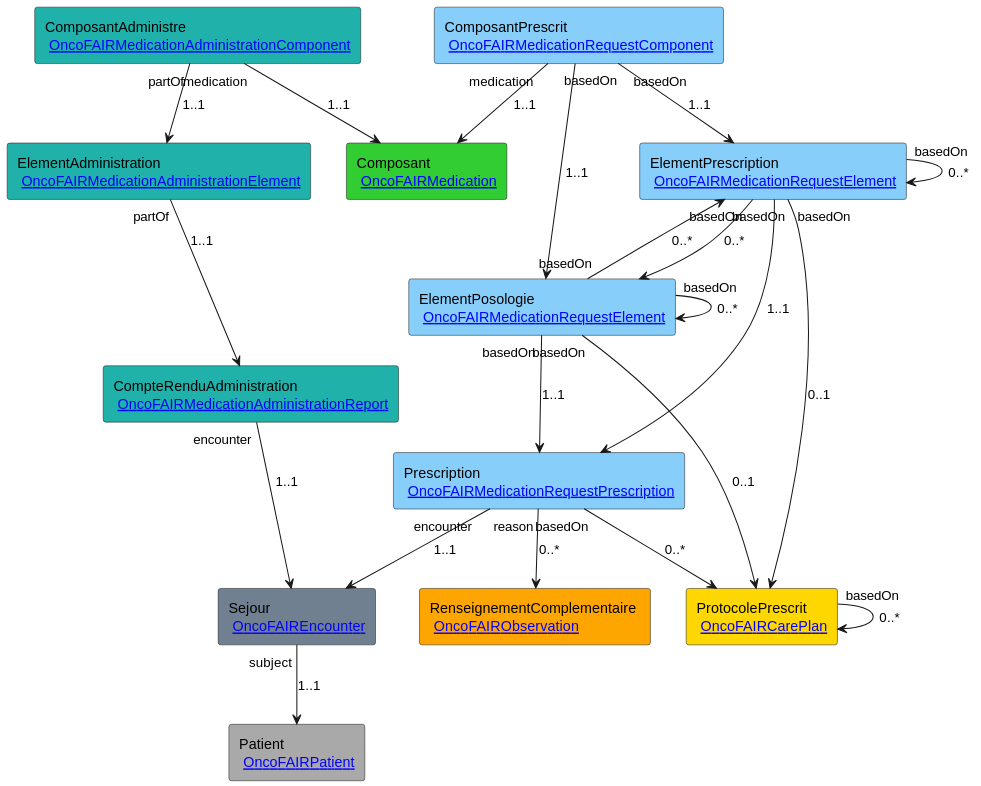
ONCOFAIR/FHIR-ImplementationGuide-Article keeps this PlantUML diagram as out/input/images-source/mapping_global/mapping_global.svg. Above is the earlier version.
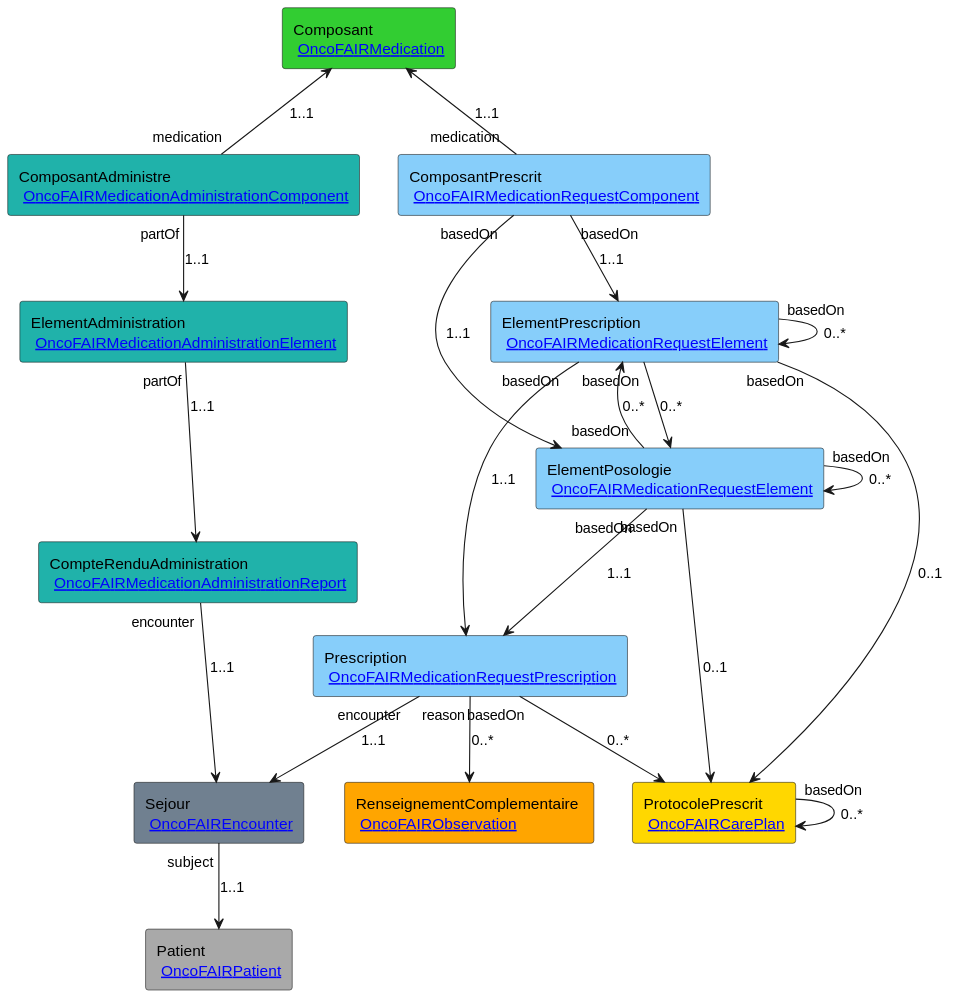
Later version of the same file.

Diff of the diagram source:
```diff
@@ -29,12 +29,12 @@
 ProtocolePrescrit --> ProtocolePrescrit : "basedOn" 0..*
 Sejour --> Patient : "subject" 1..1
 ComposantAdministre --> ElementAdministration : "partOf" 1..1
-ComposantAdministre --> Composant : "medication" 1..1
+ComposantAdministre -u-> Composant : "medication" 1..1
 ElementAdministration --> CompteRenduAdministration : "partOf" 1..1
 CompteRenduAdministration --> Sejour : "encounter" 1..1
 ComposantPrescrit --> ElementPrescription : "basedOn" 1..1
 ComposantPrescrit --> ElementPosologie : "basedOn" 1..1
-ComposantPrescrit --> Composant : "medication" 1..1
+ComposantPrescrit -u-> Composant : "medication" 1..1
 ElementPrescription --> Prescription : "basedOn" 1..1
 ElementPrescription --> ElementPrescription : "basedOn" 0..*
 ElementPrescription --> ElementPosologie : "basedOn" 0..*
```
